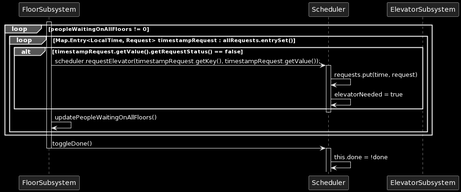
This is iteration1/diagrams/sequence_call_elevator.png from w4est/elevator-simulator, a PlantUML export, as it was before one commit.
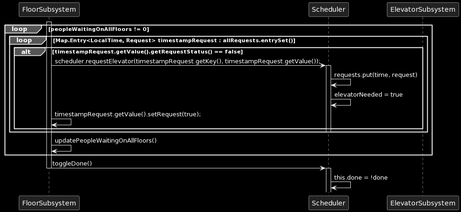
The same diagram one commit later.

What changed in the source:
```diff
@@ -13,10 +13,11 @@
             activate Scheduler
             Scheduler -> Scheduler: requests.put(time, request)
             Scheduler -> Scheduler: elevatorNeeded = true
+            FloorSubsystem -> FloorSubsystem : timestampRequest.getValue().setRequest(true);
         end loop
     deactivate Scheduler
+    end loop
     FloorSubsystem -> FloorSubsystem : updatePeopleWaitingOnAllFloors()
-    end loop
 end loop
 
 
```
